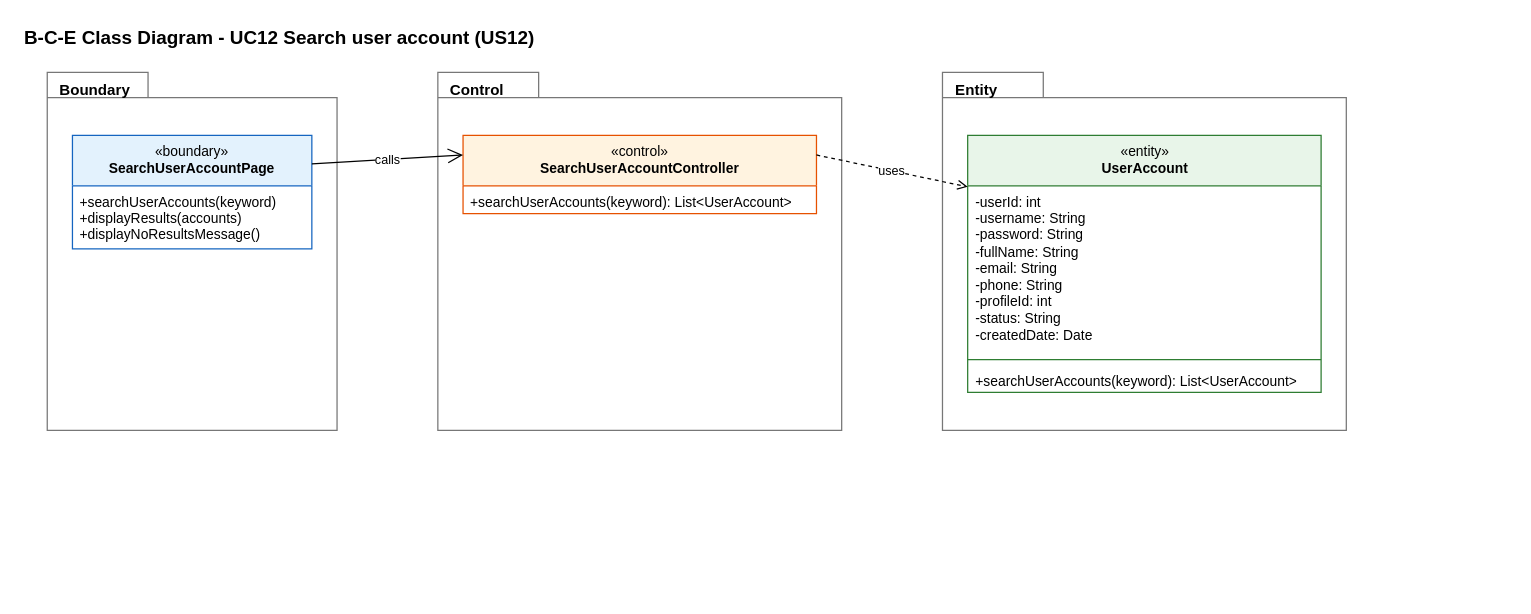
Above: page "5 BCE Class Diagram" (4 of 5) of Sprint_1/US12 - Search User Account/US12 Search user account.drawio in Hanzxc/CSIT314-ARCHSS (draw.io), before the change. Source tidied: cells renumbered, new cells numbered last; positions are measured from the earlier drawing's top-left corner, leaving out a move shared by most shapes. Both pictures are drawn from the tidied source at 126%, with x=0, y=0 at pixel (21, 21).
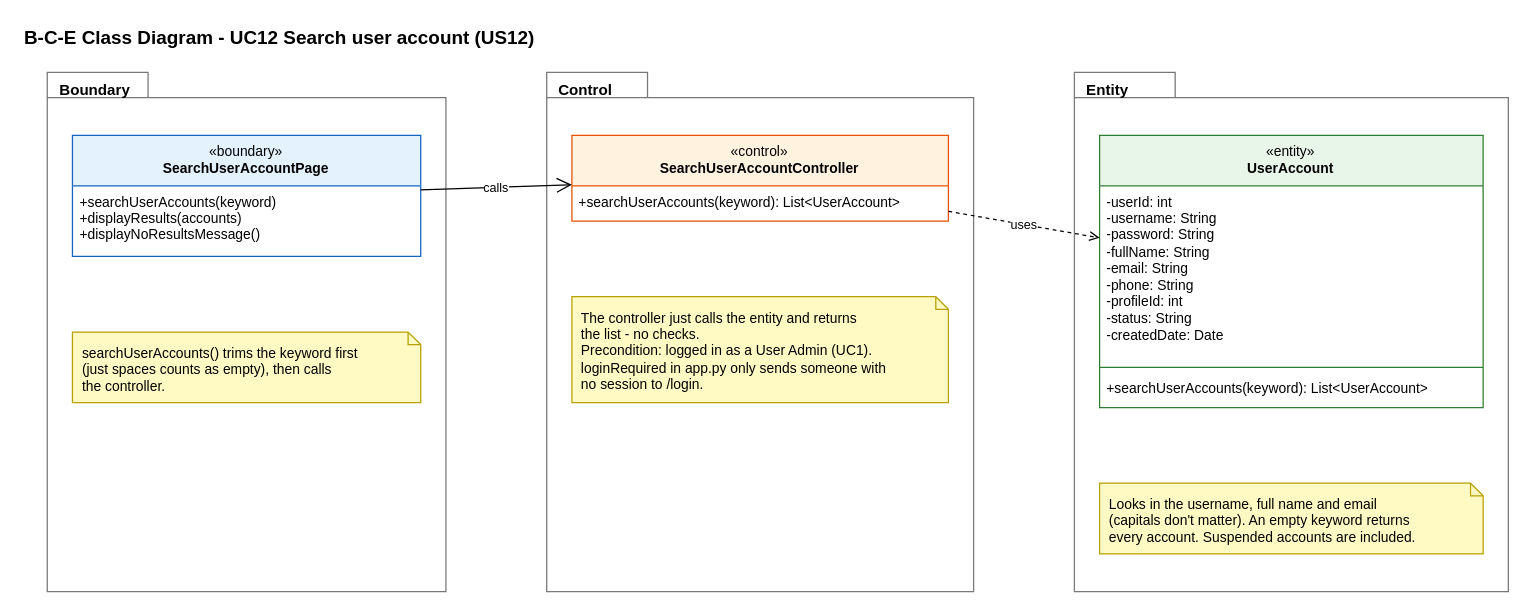
The same diagram, later.

Change to the diagram source:
```diff
@@
 <mxGraphModel background="#FFFFFF">
   <root>
     <mxCell id="0" />
     <mxCell id="1" parent="0" />
     <mxCell id="2" value="&lt;b&gt;B-C-E Class Diagram - UC12 Search user account (US12)&lt;/b&gt;" style="text;html=1;strokeColor=none;fillColor=none;align=left;verticalAlign=middle;whiteSpace=nowrap;fontSize=15;fontColor=#000000;" parent="1" vertex="1">
-      <mxGeometry width="413.5" height="24" as="geometry" />
+      <mxGeometry width="404.5" height="24" as="geometry" />
     </mxCell>
     <mxCell id="3" value="&lt;b&gt;Boundary&lt;/b&gt;" style="shape=folder;tabWidth=80;tabHeight=20;tabPosition=left;html=1;verticalAlign=top;align=left;spacingLeft=8;spacingTop=0;fillColor=none;fontSize=12;strokeColor=#777777;fontColor=#000000;" parent="1" vertex="1">
-      <mxGeometry x="20" y="40" width="230" height="284" as="geometry" />
+      <mxGeometry x="20" y="40" width="316.4" height="412" as="geometry" />
     </mxCell>
     <mxCell id="4" value="&lt;b&gt;Control&lt;/b&gt;" style="shape=folder;tabWidth=80;tabHeight=20;tabPosition=left;html=1;verticalAlign=top;align=left;spacingLeft=8;spacingTop=0;fillColor=none;fontSize=12;strokeColor=#777777;fontColor=#000000;" parent="1" vertex="1">
-      <mxGeometry x="330" y="40" width="320.5" height="284" as="geometry" />
+      <mxGeometry x="416.4" y="40" width="338.8" height="412" as="geometry" />
     </mxCell>
     <mxCell id="5" value="&lt;b&gt;Entity&lt;/b&gt;" style="shape=folder;tabWidth=80;tabHeight=20;tabPosition=left;html=1;verticalAlign=top;align=left;spacingLeft=8;spacingTop=0;fillColor=none;fontSize=12;strokeColor=#777777;fontColor=#000000;" parent="1" vertex="1">
-      <mxGeometry x="730.5" y="40" width="320.5" height="284" as="geometry" />
+      <mxGeometry x="835.2" y="40" width="344.4" height="412" as="geometry" />
     </mxCell>
     <mxCell id="6" value="«boundary»&lt;br&gt;&lt;b&gt;SearchUserAccountPage&lt;/b&gt;" style="swimlane;fontStyle=0;align=center;verticalAlign=top;horizontal=1;startSize=40;html=1;whiteSpace=wrap;fontSize=11;fillColor=#E3F2FD;strokeColor=#1565C0;swimlaneFillColor=#FFFFFF;fontColor=#000000;" parent="1" vertex="1">
-      <mxGeometry x="40" y="90" width="190" height="90" as="geometry" />
+      <mxGeometry x="40" y="90" width="276.4" height="96" as="geometry" />
     </mxCell>
     <mxCell id="7" value="+searchUserAccounts(keyword)&lt;br&gt;+displayResults(accounts)&lt;br&gt;+displayNoResultsMessage()" style="text;strokeColor=none;fillColor=none;align=left;verticalAlign=top;spacingLeft=4;spacingRight=4;overflow=hidden;whiteSpace=nowrap;html=1;fontSize=11;fontColor=#000000;" parent="6" vertex="1">
-      <mxGeometry y="40" width="190" height="50" as="geometry" />
+      <mxGeometry y="40" width="276.4" height="56" as="geometry" />
     </mxCell>
+    <mxCell id="16" value="searchUserAccounts() trims the keyword first&lt;br&gt;(just spaces counts as empty), then calls&lt;br&gt;the controller." style="shape=note;whiteSpace=wrap;html=1;size=10;fillColor=#FFF9C4;strokeColor=#B8A100;align=left;verticalAlign=top;spacingLeft=6;spacingRight=4;spacingTop=4;fontSize=11;fontColor=#000000;" parent="1" vertex="1">
+      <mxGeometry x="40" y="246" width="276.4" height="56" as="geometry" />
+    </mxCell>
     <mxCell id="8" value="«control»&lt;br&gt;&lt;b&gt;SearchUserAccountController&lt;/b&gt;" style="swimlane;fontStyle=0;align=center;verticalAlign=top;horizontal=1;startSize=40;html=1;whiteSpace=wrap;fontSize=11;fillColor=#FFF3E0;strokeColor=#E65100;swimlaneFillColor=#FFFFFF;fontColor=#000000;" parent="1" vertex="1">
-      <mxGeometry x="350" y="90" width="280.5" height="62" as="geometry" />
+      <mxGeometry x="436.4" y="90" width="298.8" height="68" as="geometry" />
     </mxCell>
-    <mxCell id="9" value="+searchUserAccounts(keyword): List&amp;lt;UserAccount&amp;gt;" style="text;strokeColor=none;fillColor=none;align=left;verticalAlign=top;spacingLeft=4;spacingRight=4;overflow=hidden;whiteSpace=nowrap;html=1;fontSize=11;fontColor=#000000;" parent="8" vertex="1">
-      <mxGeometry y="40" width="280.5" height="22" as="geometry" />
-    </mxCell>
+    <mxCell id="17" value="+searchUserAccounts(keyword): List&amp;lt;UserAccount&amp;gt;" style="text;strokeColor=none;fillColor=none;align=left;verticalAlign=top;spacingLeft=4;spacingRight=4;overflow=hidden;whiteSpace=nowrap;html=1;fontSize=11;fontColor=#000000;" parent="8" vertex="1">
+      <mxGeometry y="40" width="298.8" height="28" as="geometry" />
+    </mxCell>
+    <mxCell id="18" value="The controller just calls the entity and returns&lt;br&gt;the list - no checks.&lt;br&gt;Precondition: logged in as a User Admin (UC1).&lt;br&gt;loginRequired in app.py only sends someone with&lt;br&gt;no session to /login." style="shape=note;whiteSpace=wrap;html=1;size=10;fillColor=#FFF9C4;strokeColor=#B8A100;align=left;verticalAlign=top;spacingLeft=6;spacingRight=4;spacingTop=4;fontSize=11;fontColor=#000000;" parent="1" vertex="1">
+      <mxGeometry x="436.4" y="218" width="298.8" height="84" as="geometry" />
+    </mxCell>
     <mxCell id="10" value="«entity»&lt;br&gt;&lt;b&gt;UserAccount&lt;/b&gt;" style="swimlane;fontStyle=0;align=center;verticalAlign=top;horizontal=1;startSize=40;html=1;whiteSpace=wrap;fontSize=11;fillColor=#E8F5E9;strokeColor=#2E7D32;swimlaneFillColor=#FFFFFF;fontColor=#000000;" parent="1" vertex="1">
-      <mxGeometry x="750.5" y="90" width="280.5" height="204" as="geometry" />
+      <mxGeometry x="855.2" y="90" width="304.4" height="216" as="geometry" />
     </mxCell>
     <mxCell id="11" value="-userId: int&lt;br&gt;-username: String&lt;br&gt;-password: String&lt;br&gt;-fullName: String&lt;br&gt;-email: String&lt;br&gt;-phone: String&lt;br&gt;-profileId: int&lt;br&gt;-status: String&lt;br&gt;-createdDate: Date" style="text;strokeColor=none;fillColor=none;align=left;verticalAlign=top;spacingLeft=4;spacingRight=4;overflow=hidden;whiteSpace=nowrap;html=1;fontSize=11;fontColor=#000000;" parent="10" vertex="1">
-      <mxGeometry y="40" width="280.5" height="134" as="geometry" />
+      <mxGeometry y="40" width="304.4" height="140" as="geometry" />
     </mxCell>
-    <mxCell id="12" style="line;strokeWidth=1;fillColor=none;align=left;verticalAlign=middle;spacingTop=-1;spacingLeft=3;spacingRight=3;labelPosition=right;strokeColor=#2E7D32;fontColor=#000000;" parent="10" vertex="1">
-      <mxGeometry y="174" width="280.5" height="8" as="geometry" />
-    </mxCell>
-    <mxCell id="13" value="+searchUserAccounts(keyword): List&amp;lt;UserAccount&amp;gt;" style="text;strokeColor=none;fillColor=none;align=left;verticalAlign=top;spacingLeft=4;spacingRight=4;overflow=hidden;whiteSpace=nowrap;html=1;fontSize=11;fontColor=#000000;" parent="10" vertex="1">
-      <mxGeometry y="182" width="280.5" height="22" as="geometry" />
-    </mxCell>
+    <mxCell id="19" style="line;strokeWidth=1;fillColor=none;align=left;verticalAlign=middle;spacingTop=-1;spacingLeft=3;spacingRight=3;labelPosition=right;strokeColor=#2E7D32;fontColor=#000000;" parent="10" vertex="1">
+      <mxGeometry y="180" width="304.4" height="8" as="geometry" />
+    </mxCell>
+    <mxCell id="20" value="+searchUserAccounts(keyword): List&amp;lt;UserAccount&amp;gt;" style="text;strokeColor=none;fillColor=none;align=left;verticalAlign=top;spacingLeft=4;spacingRight=4;overflow=hidden;whiteSpace=nowrap;html=1;fontSize=11;fontColor=#000000;" parent="10" vertex="1">
+      <mxGeometry y="188" width="304.4" height="28" as="geometry" />
+    </mxCell>
+    <mxCell id="21" value="Looks in the username, full name and email&lt;br&gt;(capitals don't matter). An empty keyword returns&lt;br&gt;every account. Suspended accounts are included." style="shape=note;whiteSpace=wrap;html=1;size=10;fillColor=#FFF9C4;strokeColor=#B8A100;align=left;verticalAlign=top;spacingLeft=6;spacingRight=4;spacingTop=4;fontSize=11;fontColor=#000000;" parent="1" vertex="1">
+      <mxGeometry x="855.2" y="366" width="304.4" height="56" as="geometry" />
+    </mxCell>
-    <mxCell id="14" value="calls" style="endArrow=open;endFill=0;endSize=10;html=1;rounded=0;fontSize=10;fontColor=#000000;strokeColor=#000000;labelBackgroundColor=#FFFFFF;exitX=1;exitY=0.25;exitDx=0;exitDy=0;entryX=0;entryY=0.25;entryDx=0;entryDy=0;" parent="1" edge="1" source="6" target="8">
+    <mxCell id="14" value="calls" style="endArrow=open;endFill=0;endSize=10;html=1;rounded=0;fontSize=10;fontColor=#000000;strokeColor=#000000;labelBackgroundColor=#FFFFFF;" parent="1" edge="1" source="6" target="8">
       <mxGeometry relative="1" as="geometry" />
     </mxCell>
-    <mxCell id="15" value="uses" style="endArrow=open;endFill=0;dashed=1;html=1;rounded=0;fontSize=10;fontColor=#000000;strokeColor=#000000;labelBackgroundColor=#FFFFFF;exitX=1;exitY=0.25;exitDx=0;exitDy=0;entryX=0;entryY=0.2;entryDx=0;entryDy=0;" parent="1" edge="1" source="8" target="10">
+    <mxCell id="15" value="uses" style="endArrow=open;endFill=0;dashed=1;html=1;rounded=0;fontSize=10;fontColor=#000000;strokeColor=#000000;labelBackgroundColor=#FFFFFF;" parent="1" edge="1" source="8" target="10">
       <mxGeometry relative="1" as="geometry" />
     </mxCell>
   </root>
 </mxGraphModel>
```
